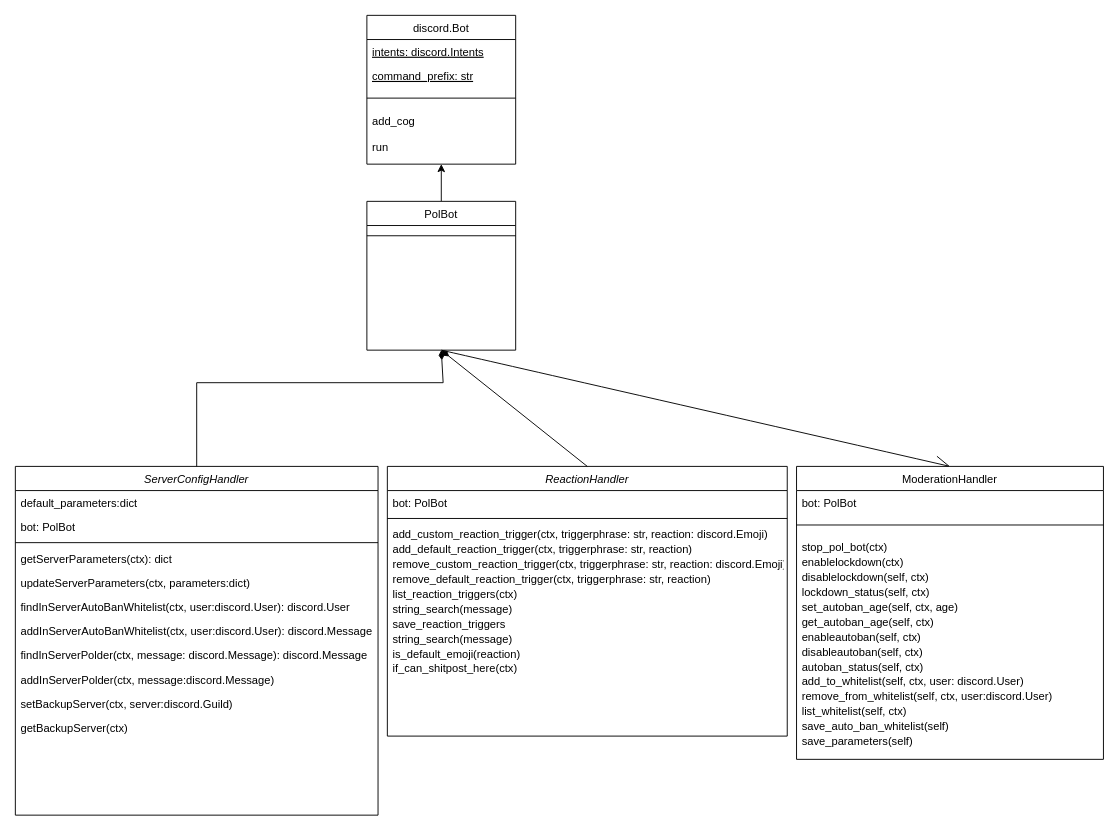
This is Untitled Diagram.drawio from abdann/polbot, a draw.io file, before an edit. Source tidied: cells renumbered, new cells numbered last; positions are measured from the earlier drawing's top-left corner, leaving out a move shared by most shapes. Both pictures are drawn from the tidied source at 93%, with x=0, y=0 at pixel (15, 15).
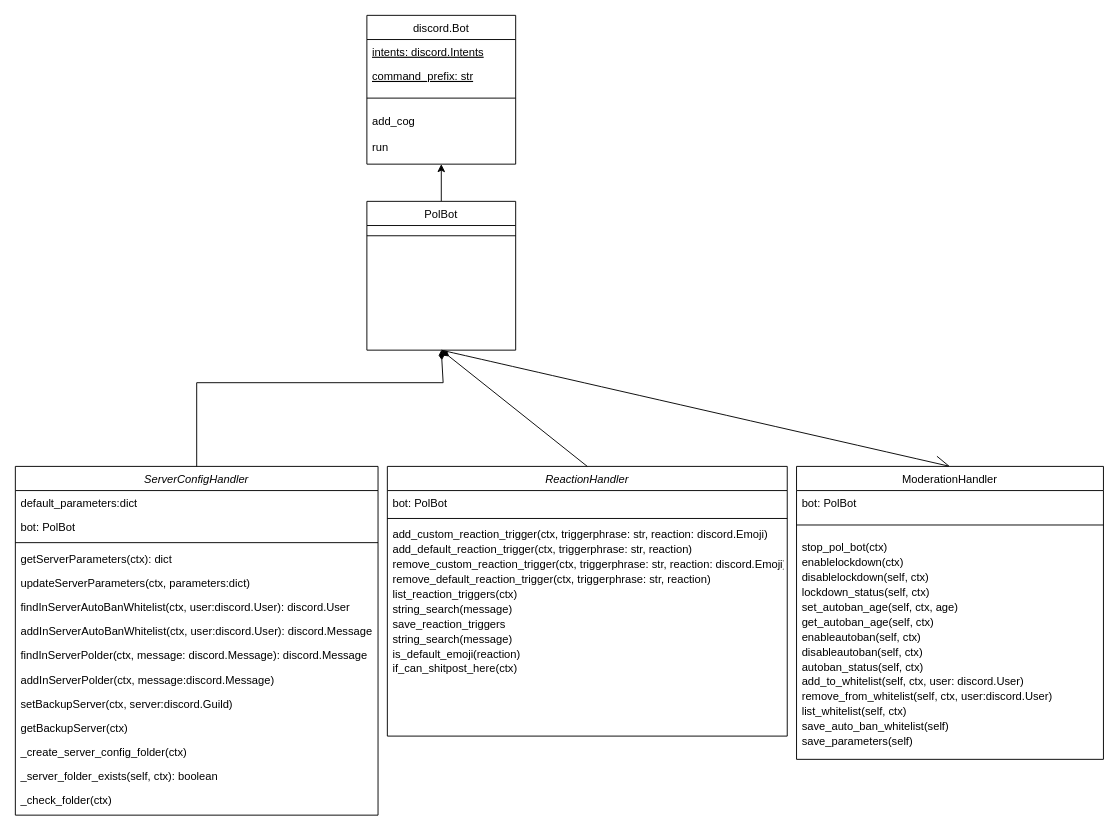
The same diagram, later.

Unchanged cells that the change refers to:
```xml
<mxCell id="2" value="ServerConfigHandler" style="swimlane;fontStyle=2;align=center;verticalAlign=top;horizontal=1;startSize=26;rounded=0;shadow=0;strokeWidth=1;" parent="1" vertex="1">
  <mxGeometry y="485" width="390" height="375" as="geometry" />
</mxCell>
```

The edit, as a diff of the source:
```diff
@@
+    <mxCell id="56" value="_create_server_config_folder(ctx)" style="text;align=left;verticalAlign=top;spacingLeft=4;spacingRight=4;overflow=hidden;" parent="2" vertex="1">
+      <mxGeometry y="294" width="390" height="26" as="geometry" />
+    </mxCell>
+    <mxCell id="57" value="_server_folder_exists(self, ctx): boolean" style="text;align=left;verticalAlign=top;spacingLeft=4;spacingRight=4;overflow=hidden;" parent="2" vertex="1">
+      <mxGeometry y="320" width="390" height="26" as="geometry" />
+    </mxCell>
+    <mxCell id="58" value="_check_folder(ctx)" style="text;align=left;verticalAlign=top;spacingLeft=4;spacingRight=4;overflow=hidden;" parent="2" vertex="1">
+      <mxGeometry y="346" width="390" height="26" as="geometry" />
+    </mxCell>
```
